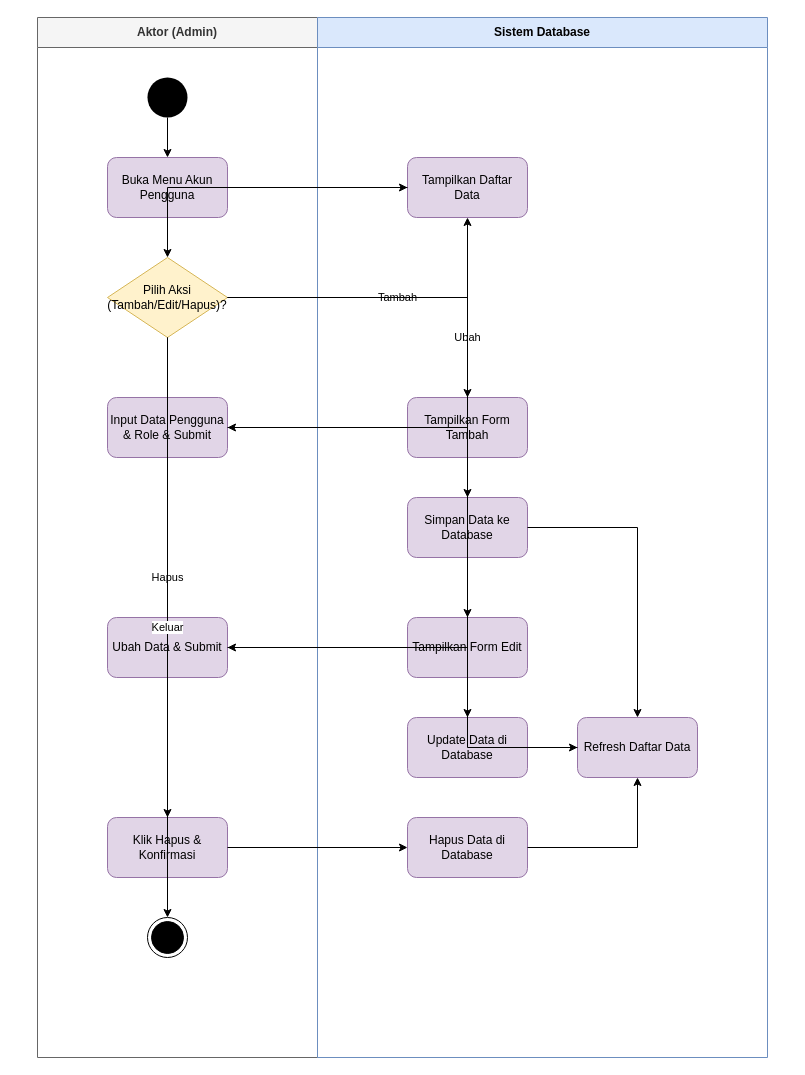
Before: page "Admin: Kelola Akun Pengguna" (12 of 16) of activity_diagram_lengkap.drawio in DaraAnggunJelita/jamur_tiram, a draw.io diagram. Source tidied: cells renumbered, new cells numbered last; positions are measured from the earlier drawing's top-left corner, leaving out a move shared by most shapes. Both pictures are drawn from the tidied source at 100%, with x=0, y=0 at pixel (37, 17).
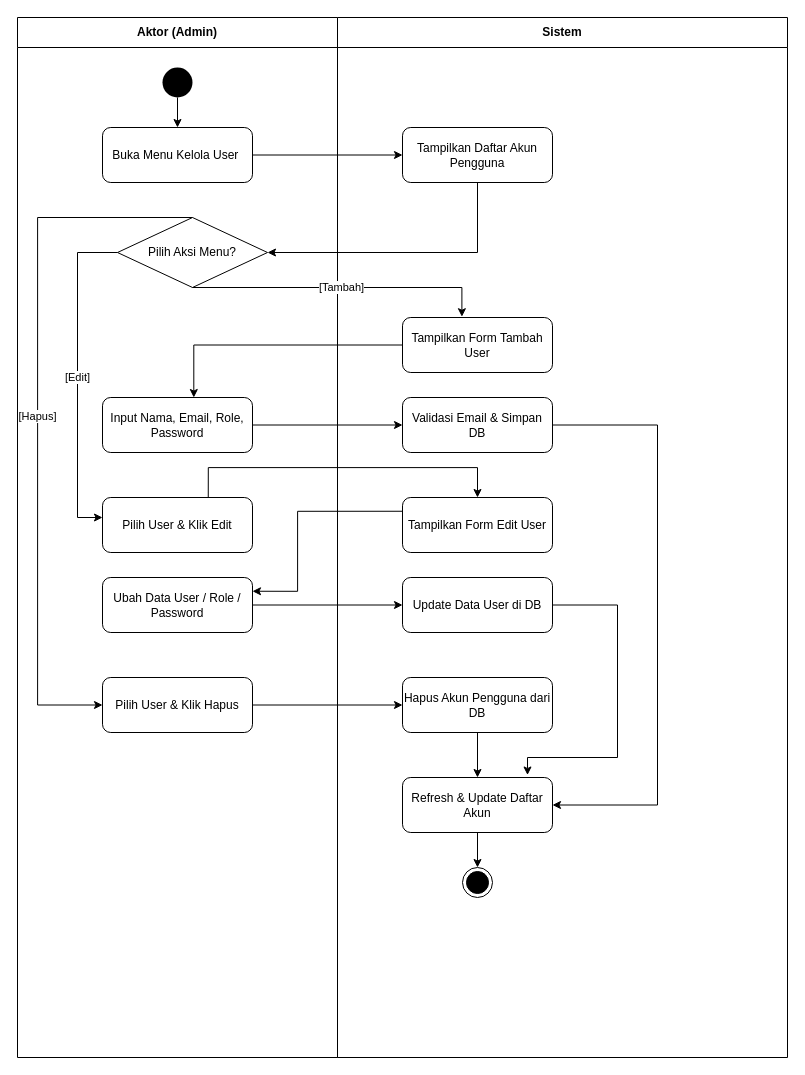
After the change.

Diff of the diagram source:
```diff
@@
-    <mxCell id="2" value="Aktor (Admin)" style="swimlane;whiteSpace=wrap;html=1;startSize=30;fillColor=#f5f5f5;fontColor=#333333;strokeColor=#666666;" parent="1" vertex="1">
-      <mxGeometry width="280" height="1040" as="geometry" />
+    <mxCell id="2" value="Aktor (Admin)" style="swimlane;whiteSpace=wrap;html=1;startSize=30;" parent="1" vertex="1">
+      <mxGeometry x="-20" width="320" height="1040" as="geometry" />
     </mxCell>
+    <mxCell id="34" value="Pilih Aksi Menu?" style="rhombus;whiteSpace=wrap;html=1;" parent="2" vertex="1">
+      <mxGeometry x="100" y="200" width="150" height="70" as="geometry" />
+    </mxCell>
+    <mxCell id="35" value="Pilih User &amp; Klik Hapus" style="rounded=1;whiteSpace=wrap;html=1;" parent="2" vertex="1">
+      <mxGeometry x="85" y="660" width="150" height="55" as="geometry" />
+    </mxCell>
+    <mxCell id="30" value="[Hapus]" style="edgeStyle=orthogonalEdgeStyle;rounded=0;html=1;jettySize=auto;strokeColor=#000000;exitX=0.5;exitY=0;entryX=0;entryY=0.5;exitDx=0;exitDy=0;entryDx=0;entryDy=0;" parent="2" edge="1" source="34" target="35">
+      <mxGeometry relative="1" as="geometry">
+        <Array as="points">
+          <mxPoint x="20.1" y="200.1" />
+          <mxPoint x="20.1" y="687.5" />
+        </Array>
+      </mxGeometry>
+    </mxCell>
-    <mxCell id="3" value="Sistem Database" style="swimlane;whiteSpace=wrap;html=1;startSize=30;fillColor=#dae8fc;strokeColor=#6c8ebf;" parent="1" vertex="1">
-      <mxGeometry x="280" width="450" height="1040" as="geometry" />
+    <mxCell id="3" value="Sistem" style="swimlane;whiteSpace=wrap;html=1;startSize=30;" parent="1" vertex="1">
+      <mxGeometry x="300" width="450" height="1040" as="geometry" />
     </mxCell>
     <mxCell id="4" style="ellipse;fillColor=#000000;strokeColor=none;html=1;" parent="1" vertex="1">
-      <mxGeometry x="110" y="60" width="40" height="40" as="geometry" />
+      <mxGeometry x="125" y="50" width="30" height="30" as="geometry" />
     </mxCell>
-    <mxCell id="5" value="Buka Menu Akun Pengguna" style="rounded=1;whiteSpace=wrap;html=1;fillColor=#e1d5e7;strokeColor=#9673a6;" parent="1" vertex="1">
-      <mxGeometry x="70" y="140" width="120" height="60" as="geometry" />
-    </mxCell>
+    <mxCell id="36" value="Buka Menu Kelola User&amp;nbsp;" style="rounded=1;whiteSpace=wrap;html=1;" parent="1" vertex="1">
+      <mxGeometry x="65" y="110" width="150" height="55" as="geometry" />
+    </mxCell>
-    <mxCell id="6" value="Tampilkan Daftar Data" style="rounded=1;whiteSpace=wrap;html=1;fillColor=#e1d5e7;strokeColor=#9673a6;" parent="1" vertex="1">
-      <mxGeometry x="370" y="140" width="120" height="60" as="geometry" />
+    <mxCell id="6" value="Tampilkan Daftar Akun Pengguna" style="rounded=1;whiteSpace=wrap;html=1;" parent="1" vertex="1">
+      <mxGeometry x="365" y="110" width="150" height="55" as="geometry" />
     </mxCell>
-    <mxCell id="7" value="Pilih Aksi (Tambah/Edit/Hapus)?" style="rhombus;whiteSpace=wrap;html=1;fillColor=#fff2cc;strokeColor=#d6b656;" parent="1" vertex="1">
-      <mxGeometry x="70" y="240" width="120" height="80" as="geometry" />
-    </mxCell>
-    <mxCell id="8" value="Tampilkan Form Tambah" style="rounded=1;whiteSpace=wrap;html=1;fillColor=#e1d5e7;strokeColor=#9673a6;" parent="1" vertex="1">
-      <mxGeometry x="370" y="380" width="120" height="60" as="geometry" />
+    <mxCell id="8" value="Tampilkan Form Tambah User" style="rounded=1;whiteSpace=wrap;html=1;" parent="1" vertex="1">
+      <mxGeometry x="365" y="300" width="150" height="55" as="geometry" />
     </mxCell>
-    <mxCell id="9" value="Input Data Pengguna &amp; Role &amp; Submit" style="rounded=1;whiteSpace=wrap;html=1;fillColor=#e1d5e7;strokeColor=#9673a6;" parent="1" vertex="1">
-      <mxGeometry x="70" y="380" width="120" height="60" as="geometry" />
+    <mxCell id="9" value="Input Nama, Email, Role, Password" style="rounded=1;whiteSpace=wrap;html=1;" parent="1" vertex="1">
+      <mxGeometry x="65" y="380" width="150" height="55" as="geometry" />
     </mxCell>
-    <mxCell id="10" value="Simpan Data ke Database" style="rounded=1;whiteSpace=wrap;html=1;fillColor=#e1d5e7;strokeColor=#9673a6;" parent="1" vertex="1">
-      <mxGeometry x="370" y="480" width="120" height="60" as="geometry" />
+    <mxCell id="10" value="Validasi Email &amp; Simpan DB" style="rounded=1;whiteSpace=wrap;html=1;" parent="1" vertex="1">
+      <mxGeometry x="365" y="380" width="150" height="55" as="geometry" />
     </mxCell>
+    <mxCell id="37" value="Pilih User &amp; Klik Edit" style="rounded=1;whiteSpace=wrap;html=1;" parent="1" vertex="1">
+      <mxGeometry x="65" y="480" width="150" height="55" as="geometry" />
+    </mxCell>
-    <mxCell id="11" value="Tampilkan Form Edit" style="rounded=1;whiteSpace=wrap;html=1;fillColor=#e1d5e7;strokeColor=#9673a6;" parent="1" vertex="1">
-      <mxGeometry x="370" y="600" width="120" height="60" as="geometry" />
+    <mxCell id="11" value="Tampilkan Form Edit User" style="rounded=1;whiteSpace=wrap;html=1;" parent="1" vertex="1">
+      <mxGeometry x="365" y="480" width="150" height="55" as="geometry" />
     </mxCell>
-    <mxCell id="12" value="Ubah Data &amp; Submit" style="rounded=1;whiteSpace=wrap;html=1;fillColor=#e1d5e7;strokeColor=#9673a6;" parent="1" vertex="1">
-      <mxGeometry x="70" y="600" width="120" height="60" as="geometry" />
+    <mxCell id="12" value="Ubah Data User / Role / Password" style="rounded=1;whiteSpace=wrap;html=1;" parent="1" vertex="1">
+      <mxGeometry x="65" y="560" width="150" height="55" as="geometry" />
     </mxCell>
-    <mxCell id="13" value="Update Data di Database" style="rounded=1;whiteSpace=wrap;html=1;fillColor=#e1d5e7;strokeColor=#9673a6;" parent="1" vertex="1">
-      <mxGeometry x="370" y="700" width="120" height="60" as="geometry" />
+    <mxCell id="13" value="Update Data User di DB" style="rounded=1;whiteSpace=wrap;html=1;" parent="1" vertex="1">
+      <mxGeometry x="365" y="560" width="150" height="55" as="geometry" />
     </mxCell>
-    <mxCell id="14" value="Klik Hapus &amp; Konfirmasi" style="rounded=1;whiteSpace=wrap;html=1;fillColor=#e1d5e7;strokeColor=#9673a6;" parent="1" vertex="1">
-      <mxGeometry x="70" y="800" width="120" height="60" as="geometry" />
-    </mxCell>
-    <mxCell id="15" value="Hapus Data di Database" style="rounded=1;whiteSpace=wrap;html=1;fillColor=#e1d5e7;strokeColor=#9673a6;" parent="1" vertex="1">
-      <mxGeometry x="370" y="800" width="120" height="60" as="geometry" />
-    </mxCell>
-    <mxCell id="16" value="Refresh Daftar Data" style="rounded=1;whiteSpace=wrap;html=1;fillColor=#e1d5e7;strokeColor=#9673a6;" parent="1" vertex="1">
-      <mxGeometry x="540" y="700" width="120" height="60" as="geometry" />
-    </mxCell>
-    <mxCell id="17" style="ellipse;shape=endState;fillColor=#000000;strokeColor=#000000;html=1;" parent="1" vertex="1">
-      <mxGeometry x="110" y="900" width="40" height="40" as="geometry" />
-    </mxCell>
+    <mxCell id="38" value="Hapus Akun Pengguna dari DB" style="rounded=1;whiteSpace=wrap;html=1;" parent="1" vertex="1">
+      <mxGeometry x="365" y="660" width="150" height="55" as="geometry" />
+    </mxCell>
+    <mxCell id="39" value="Refresh &amp; Update Daftar Akun" style="rounded=1;whiteSpace=wrap;html=1;" parent="1" vertex="1">
+      <mxGeometry x="365" y="760" width="150" height="55" as="geometry" />
+    </mxCell>
+    <mxCell id="40" style="ellipse;shape=endState;fillColor=#000000;strokeColor=#000000;html=1;" parent="1" vertex="1">
+      <mxGeometry x="425" y="850" width="30" height="30" as="geometry" />
+    </mxCell>
-    <mxCell id="18" style="edgeStyle=orthogonalEdgeStyle;rounded=0;html=1;strokeColor=#000000;" parent="1" edge="1" source="4" target="5">
+    <mxCell id="18" style="edgeStyle=orthogonalEdgeStyle;rounded=0;html=1;jettySize=auto;strokeColor=#000000;exitX=0.5;exitY=1;entryX=0.5;entryY=0;" parent="1" edge="1" source="4" target="36">
       <mxGeometry relative="1" as="geometry" />
     </mxCell>
-    <mxCell id="19" style="edgeStyle=orthogonalEdgeStyle;rounded=0;html=1;strokeColor=#000000;" parent="1" edge="1" source="5" target="6">
+    <mxCell id="19" style="edgeStyle=orthogonalEdgeStyle;rounded=0;html=1;jettySize=auto;exitX=1;exitY=0.5;entryX=0;entryY=0.5;" parent="1" edge="1" source="36" target="6">
       <mxGeometry relative="1" as="geometry" />
     </mxCell>
-    <mxCell id="20" style="edgeStyle=orthogonalEdgeStyle;rounded=0;html=1;strokeColor=#000000;" parent="1" edge="1" source="6" target="7">
-      <mxGeometry relative="1" as="geometry" />
+    <mxCell id="20" style="edgeStyle=orthogonalEdgeStyle;rounded=0;html=1;jettySize=auto;entryX=1;entryY=0.5;" parent="1" edge="1" source="6" target="34">
+      <mxGeometry relative="1" as="geometry">
+        <Array as="points">
+          <mxPoint x="440" y="235" />
+        </Array>
+      </mxGeometry>
     </mxCell>
-    <mxCell id="21" value="Tambah" style="edgeStyle=orthogonalEdgeStyle;rounded=0;html=1;strokeColor=#000000;" parent="1" edge="1" source="7" target="8">
-      <mxGeometry relative="1" as="geometry" />
+    <mxCell id="21" value="[Tambah]" style="edgeStyle=orthogonalEdgeStyle;rounded=0;html=1;jettySize=auto;exitX=0.5;exitY=1;entryX=0.396;entryY=-0.014;entryDx=0;entryDy=0;entryPerimeter=0;exitDx=0;exitDy=0;" parent="1" edge="1" source="34" target="8">
+      <mxGeometry relative="1" as="geometry">
+        <Array as="points">
+          <mxPoint x="424.4" y="270" />
+        </Array>
+      </mxGeometry>
     </mxCell>
-    <mxCell id="22" style="edgeStyle=orthogonalEdgeStyle;rounded=0;html=1;strokeColor=#000000;" parent="1" edge="1" source="8" target="9">
-      <mxGeometry relative="1" as="geometry" />
+    <mxCell id="22" style="edgeStyle=orthogonalEdgeStyle;rounded=0;html=1;jettySize=auto;exitX=0;exitY=0.5;" parent="1" edge="1" source="8">
+      <mxGeometry relative="1" as="geometry">
+        <mxPoint x="156.3" y="380" as="targetPoint" />
+        <Array as="points">
+          <mxPoint x="156.4" y="327.5" />
+        </Array>
+      </mxGeometry>
     </mxCell>
-    <mxCell id="23" style="edgeStyle=orthogonalEdgeStyle;rounded=0;html=1;strokeColor=#000000;" parent="1" edge="1" source="9" target="10">
+    <mxCell id="23" style="edgeStyle=orthogonalEdgeStyle;rounded=0;html=1;jettySize=auto;exitX=1;exitY=0.5;entryX=0;entryY=0.5;" parent="1" edge="1" source="9" target="10">
       <mxGeometry relative="1" as="geometry" />
     </mxCell>
-    <mxCell id="24" style="edgeStyle=orthogonalEdgeStyle;rounded=0;html=1;strokeColor=#000000;" parent="1" edge="1" source="10" target="16">
-      <mxGeometry relative="1" as="geometry" />
+    <mxCell id="24" style="edgeStyle=orthogonalEdgeStyle;rounded=0;html=1;jettySize=auto;strokeColor=#000000;exitX=1;exitY=0.5;entryX=1;entryY=0.5;" parent="1" edge="1" source="10" target="39">
+      <mxGeometry relative="1" as="geometry">
+        <Array as="points">
+          <mxPoint x="620" y="407.4" />
+          <mxPoint x="620" y="787.4" />
+        </Array>
+      </mxGeometry>
     </mxCell>
-    <mxCell id="25" value="Ubah" style="edgeStyle=orthogonalEdgeStyle;rounded=0;html=1;strokeColor=#000000;" parent="1" edge="1" source="7" target="11">
-      <mxGeometry relative="1" as="geometry" />
+    <mxCell id="25" value="[Edit]" style="edgeStyle=orthogonalEdgeStyle;rounded=0;html=1;jettySize=auto;exitX=0;exitY=0.5;exitDx=0;exitDy=0;" parent="1" edge="1" source="34" target="37">
+      <mxGeometry relative="1" as="geometry">
+        <Array as="points">
+          <mxPoint x="40" y="235" />
+          <mxPoint x="40" y="500" />
+        </Array>
+      </mxGeometry>
     </mxCell>
-    <mxCell id="26" style="edgeStyle=orthogonalEdgeStyle;rounded=0;html=1;strokeColor=#000000;" parent="1" edge="1" source="11" target="12">
-      <mxGeometry relative="1" as="geometry" />
+    <mxCell id="26" style="edgeStyle=orthogonalEdgeStyle;rounded=0;html=1;jettySize=auto;exitX=0.705;exitY=0.007;entryX=0.5;entryY=0;entryDx=0;entryDy=0;exitDx=0;exitDy=0;exitPerimeter=0;" parent="1" edge="1" source="37" target="11">
+      <mxGeometry relative="1" as="geometry">
+        <Array as="points">
+          <mxPoint x="170" y="450.1" />
+          <mxPoint x="440" y="450.1" />
+        </Array>
+      </mxGeometry>
     </mxCell>
-    <mxCell id="27" style="edgeStyle=orthogonalEdgeStyle;rounded=0;html=1;strokeColor=#000000;" parent="1" edge="1" source="12" target="13">
-      <mxGeometry relative="1" as="geometry" />
+    <mxCell id="27" style="edgeStyle=orthogonalEdgeStyle;rounded=0;html=1;jettySize=auto;exitX=0;exitY=0.25;entryX=1;entryY=0.25;exitDx=0;exitDy=0;entryDx=0;entryDy=0;" parent="1" edge="1" source="11" target="12">
+      <mxGeometry relative="1" as="geometry">
+        <Array as="points">
+          <mxPoint x="260.1" y="493.8" />
+          <mxPoint x="260.1" y="573.8" />
+        </Array>
+      </mxGeometry>
     </mxCell>
-    <mxCell id="28" style="edgeStyle=orthogonalEdgeStyle;rounded=0;html=1;strokeColor=#000000;" parent="1" edge="1" source="13" target="16">
+    <mxCell id="28" style="edgeStyle=orthogonalEdgeStyle;rounded=0;html=1;jettySize=auto;exitX=1;exitY=0.5;entryX=0;entryY=0.5;" parent="1" edge="1" source="12" target="13">
       <mxGeometry relative="1" as="geometry" />
     </mxCell>
-    <mxCell id="29" value="Hapus" style="edgeStyle=orthogonalEdgeStyle;rounded=0;html=1;strokeColor=#000000;" parent="1" edge="1" source="7" target="14">
-      <mxGeometry relative="1" as="geometry" />
+    <mxCell id="29" style="edgeStyle=orthogonalEdgeStyle;rounded=0;html=1;jettySize=auto;strokeColor=#000000;exitX=1;exitY=0.5;" parent="1" edge="1" source="13">
+      <mxGeometry relative="1" as="geometry">
+        <mxPoint x="490" y="757.5" as="targetPoint" />
+        <Array as="points">
+          <mxPoint x="580" y="587.5" />
+          <mxPoint x="580" y="740" />
+          <mxPoint x="490" y="740" />
+        </Array>
+      </mxGeometry>
     </mxCell>
-    <mxCell id="30" style="edgeStyle=orthogonalEdgeStyle;rounded=0;html=1;strokeColor=#000000;" parent="1" edge="1" source="14" target="15">
-      <mxGeometry relative="1" as="geometry" />
-    </mxCell>
-    <mxCell id="31" style="edgeStyle=orthogonalEdgeStyle;rounded=0;html=1;strokeColor=#000000;" parent="1" edge="1" source="15" target="16">
+    <mxCell id="31" style="edgeStyle=orthogonalEdgeStyle;rounded=0;html=1;jettySize=auto;exitX=1;exitY=0.5;entryX=0;entryY=0.5;" parent="1" edge="1" source="35" target="38">
       <mxGeometry relative="1" as="geometry" />
     </mxCell>
-    <mxCell id="32" style="edgeStyle=orthogonalEdgeStyle;rounded=0;html=1;strokeColor=#000000;" parent="1" edge="1" source="16" target="6">
+    <mxCell id="32" style="edgeStyle=orthogonalEdgeStyle;rounded=0;html=1;jettySize=auto;exitX=0.5;exitY=1;entryX=0.5;entryY=0;" parent="1" edge="1" source="38" target="39">
       <mxGeometry relative="1" as="geometry" />
     </mxCell>
-    <mxCell id="33" value="Keluar" style="edgeStyle=orthogonalEdgeStyle;rounded=0;html=1;strokeColor=#000000;" parent="1" edge="1" source="7" target="17">
+    <mxCell id="33" style="edgeStyle=orthogonalEdgeStyle;rounded=0;html=1;jettySize=auto;strokeColor=#000000;exitX=0.5;exitY=1;entryX=0.5;entryY=0;" parent="1" edge="1" source="39" target="40">
       <mxGeometry relative="1" as="geometry" />
     </mxCell>
```
